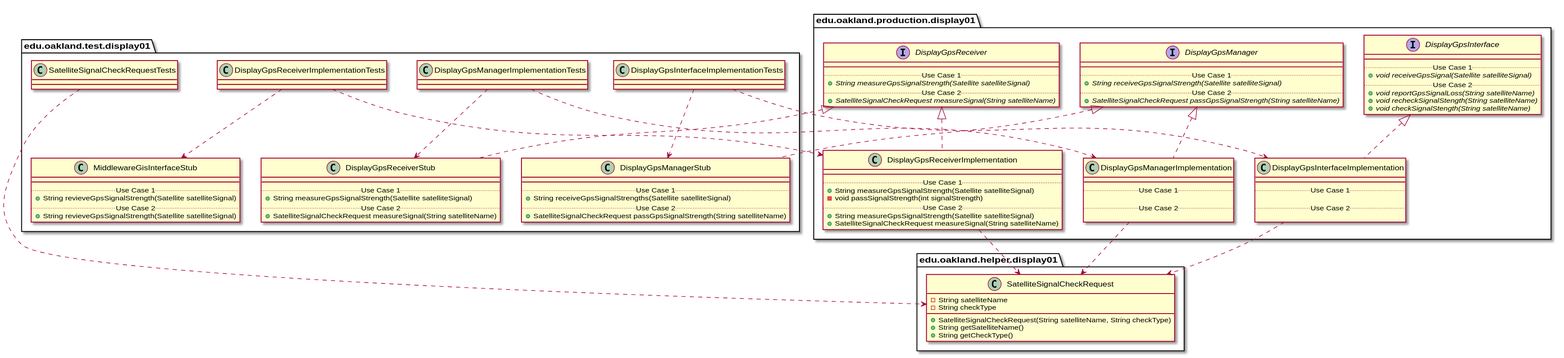
Before: docs/uml-class-diagrams/display01/Display01Packages_InternalDependencies.svg, a diagram exported from PlantUML (andrewdimmer/csi-3370-software-project).
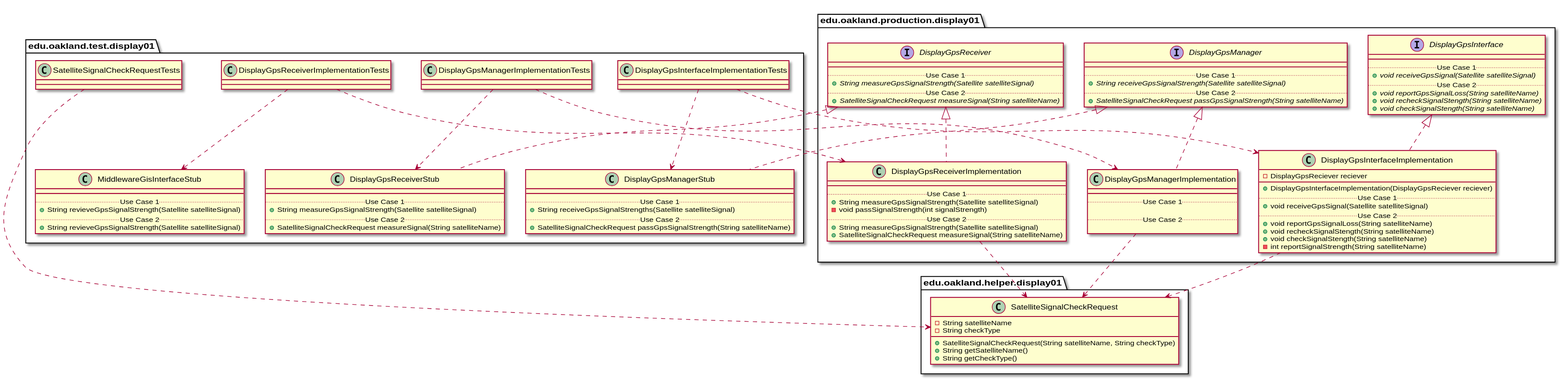
Above is the later version.

Diff of the diagram source:
```diff
@@ -1,177 +1,89 @@
 @startuml Display01Packages_InternalDependencies
 
 
+package edu.oakland.production.display01 {
+
+}
+
+
+package edu.oakland.production.display01 {
+    interface DisplayGpsInterface {
+        __
+        .. Use Case 1 ..
+        {abstract} + void receiveGpsSignal(Satellite satelliteSignal)
+        .. Use Case 2 ..
+        {abstract} + void reportGpsSignalLoss(String satelliteName)
+        {abstract} + void recheckSignalStength(String satelliteName)
+        {abstract} + void checkSignalStength(String satelliteName)
+    }
+}
+
+
+package edu.oakland.production.display01 {
+    interface DisplayGpsManager {
+        __
+        .. Use Case 1 ..
+        {abstract} + String receiveGpsSignalStrength(Satellite satelliteSignal)
+        .. Use Case 2 ..
+        {abstract} + SatelliteSignalCheckRequest passGpsSignalStrength(String satelliteName)
+    }
+}
+
+
+package edu.oakland.production.display01 {
+    interface DisplayGpsReceiver {
+        __
+        .. Use Case 1 ..
+        {abstract} + String measureGpsSignalStrength(Satellite satelliteSignal)
+        .. Use Case 2 ..
+        {abstract} + SatelliteSignalCheckRequest measureSignal(String satelliteName)
+    }
+}
 
 
 
 package edu.oakland.production.display01 {
-
-
-
+    class DisplayGpsInterfaceImplementation {
+        - DisplayGpsReciever reciever
+        __
+        + DisplayGpsInterfaceImplementation(DisplayGpsReciever reciever)
+        .. Use Case 1 ..
+        + void receiveGpsSignal(Satellite satelliteSignal)
+        .. Use Case 2 ..
+        + void reportGpsSignalLoss(String satelliteName)
+        + void recheckSignalStength(String satelliteName)
+        + void checkSignalStength(String satelliteName)
+        - int reportSignalStrength(String satelliteName)
+    }
 }
-
-
-
-
-
-package edu.oakland.production.display01 {
-
-    interface DisplayGpsInterface {
-
-        __
-
-        .. Use Case 1 ..
-
-        {abstract} + void receiveGpsSignal(Satellite satelliteSignal)
-
-        .. Use Case 2 ..
-
-        {abstract} + void reportGpsSignalLoss(String satelliteName)
-
-        {abstract} + void recheckSignalStength(String satelliteName)
-
-        {abstract} + void checkSignalStength(String satelliteName)
-
-    }
-
-}
-
-
-
-
-
-package edu.oakland.production.display01 {
-
-    interface DisplayGpsManager {
-
-        __
-
-        .. Use Case 1 ..
-
-        {abstract} + String receiveGpsSignalStrength(Satellite satelliteSignal)
-
-        .. Use Case 2 ..
-
-        {abstract} + SatelliteSignalCheckRequest passGpsSignalStrength(String satelliteName)
-
-    }
-
-}
-
-
-
-
-
-package edu.oakland.production.display01 {
-
-    interface DisplayGpsReceiver {
-
-        __
-
-        .. Use Case 1 ..
-
-        {abstract} + String measureGpsSignalStrength(Satellite satelliteSignal)
-
-        .. Use Case 2 ..
-
-        {abstract} + SatelliteSignalCheckRequest measureSignal(String satelliteName)
-
-    }
-
-}
-
-
-
-
-
-
-
-package edu.oakland.production.display01 {
-
-    class DisplayGpsInterfaceImplementation {
-
-        - DisplayGpsReciever reciever
-
-        __
-
-        + DisplayGpsInterfaceImplementation(DisplayGpsReciever reciever)
-
-        .. Use Case 1 ..
-
-        + void receiveGpsSignal(Satellite satelliteSignal)
-
-        .. Use Case 2 ..
-
-        + void reportGpsSignalLoss(String satelliteName)
-
-        + void recheckSignalStength(String satelliteName)
-
-        + void checkSignalStength(String satelliteName)
-
-        - int reportSignalStrength(String satelliteName)
-
-    }
-
-}
-
-
-
 
 
 DisplayGpsInterfaceImplementation .up.|> DisplayGpsInterface
 
-
-
 package edu.oakland.production.display01 {
-
     class DisplayGpsManagerImplementation {
-
         __
-
         .. Use Case 1 ..
-
-
 
         .. Use Case 2 ..
 
-
-
     }
-
 }
-
-
-
 
 
 DisplayGpsManagerImplementation .up.|> DisplayGpsManager
 
-
-
 package edu.oakland.production.display01 {
-
     class DisplayGpsReceiverImplementation {
-
         __
-
         .. Use Case 1 ..
-
         + String measureGpsSignalStrength(Satellite satelliteSignal)
-
         - void passSignalStrength(int signalStrength)
-
         .. Use Case 2 ..
-
         + String measureGpsSignalStrength(Satellite satelliteSignal)
-
         + SatelliteSignalCheckRequest measureSignal(String satelliteName)
-
     }
-
 }
-
-
-
 
 
 DisplayGpsReceiverImplementation .up.|> DisplayGpsReceiver
@@ -180,212 +92,105 @@
 
 
 
+package edu.oakland.helper.display01 {
+    class SatelliteSignalCheckRequest {
+        - String satelliteName
+        - String checkType
+        + SatelliteSignalCheckRequest(String satelliteName, String checkType)
+        + String getSatelliteName()
+        + String getCheckType()
+    }
+}
 
+DisplayGpsInterfaceImplementation ..> SatelliteSignalCheckRequest
+DisplayGpsManagerImplementation ..> SatelliteSignalCheckRequest
+DisplayGpsReceiverImplementation ..> SatelliteSignalCheckRequest
 
-
-
-
-
-package edu.oakland.helper.display01 {
-
-    class SatelliteSignalCheckRequest {
-
-        - String satelliteName
-
-        - String checkType
-
-        + SatelliteSignalCheckRequest(String satelliteName, String checkType)
-
-        + String getSatelliteName()
-
-        + String getCheckType()
-
-    }
+package edu.oakland.test.display01 {
 
 }
 
 
+package edu.oakland.test.display01 {
+    class DisplayGpsInterfaceImplementationTests {
 
-DisplayGpsInterfaceImplementation ..> SatelliteSignalCheckRequest
-
-DisplayGpsManagerImplementation ..> SatelliteSignalCheckRequest
-
-DisplayGpsReceiverImplementation ..> SatelliteSignalCheckRequest
+    }
+}
 
 
 
 package edu.oakland.test.display01 {
+    class DisplayGpsManagerStub {
+        __
+        .. Use Case 1 ..
+        + String receiveGpsSignalStrengths(Satellite satelliteSignal)
+        .. Use Case 2 ..
+        + SatelliteSignalCheckRequest passGpsSignalStrength(String satelliteName)
+    }
+}
+
+DisplayGpsInterfaceImplementationTests ..> DisplayGpsManagerStub
+
+package edu.oakland.test.display01 {
+    class DisplayGpsManagerImplementationTests {
+
+    }
+}
 
 
+
+package edu.oakland.test.display01 {
+    class DisplayGpsReceiverStub {
+        __
+        .. Use Case 1 ..
+        + String measureGpsSignalStrength(Satellite satelliteSignal)
+        .. Use Case 2 ..
+        + SatelliteSignalCheckRequest measureSignal(String satelliteName)
+    }
+}
+
+DisplayGpsManagerImplementationTests ..> DisplayGpsReceiverStub
+
+package edu.oakland.test.display01 {
+    class DisplayGpsReceiverImplementationTests {
+
+    }
+}
+
+
+
+package edu.oakland.test.display01 {
+    class MiddlewareGisInterfaceStub {
+        __
+        .. Use Case 1 ..
+        + String revieveGpsSignalStrength(Satellite satelliteSignal)
+        .. Use Case 2 ..
+        + String revieveGpsSignalStrength(Satellite satelliteSignal)
+    }
+}
+
+DisplayGpsReceiverImplementationTests ..> MiddlewareGisInterfaceStub
+
+package edu.oakland.test.display01 {
+    class SatelliteSignalCheckRequestTests {
+
+    }
+}
+
+
+DisplayGpsInterfaceImplementationTests ..> DisplayGpsInterfaceImplementation
+DisplayGpsManagerImplementationTests ..> DisplayGpsManagerImplementation
+DisplayGpsReceiverImplementationTests ..> DisplayGpsReceiverImplementation
+SatelliteSignalCheckRequestTests ..> SatelliteSignalCheckRequest
+DisplayGpsManagerStub .up.|> DisplayGpsManager
+DisplayGpsReceiverStub .up.|> DisplayGpsReceiver
+
+
+package edu.oakland.helper.display01 {
 
 }
 
 
 
 
-
-package edu.oakland.test.display01 {
-
-    class DisplayGpsInterfaceImplementationTests {
-
-
-
-    }
-
-}
-
-
-
-
-
-
-
-package edu.oakland.test.display01 {
-
-    class DisplayGpsManagerStub {
-
-        __
-
-        .. Use Case 1 ..
-
-        + String receiveGpsSignalStrengths(Satellite satelliteSignal)
-
-        .. Use Case 2 ..
-
-        + SatelliteSignalCheckRequest passGpsSignalStrength(String satelliteName)
-
-    }
-
-}
-
-
-
-DisplayGpsInterfaceImplementationTests ..> DisplayGpsManagerStub
-
-
-
-package edu.oakland.test.display01 {
-
-    class DisplayGpsManagerImplementationTests {
-
-
-
-    }
-
-}
-
-
-
-
-
-
-
-package edu.oakland.test.display01 {
-
-    class DisplayGpsReceiverStub {
-
-        __
-
-        .. Use Case 1 ..
-
-        + String measureGpsSignalStrength(Satellite satelliteSignal)
-
-        .. Use Case 2 ..
-
-        + SatelliteSignalCheckRequest measureSignal(String satelliteName)
-
-    }
-
-}
-
-
-
-DisplayGpsManagerImplementationTests ..> DisplayGpsReceiverStub
-
-
-
-package edu.oakland.test.display01 {
-
-    class DisplayGpsReceiverImplementationTests {
-
-
-
-    }
-
-}
-
-
-
-
-
-
-
-package edu.oakland.test.display01 {
-
-    class MiddlewareGisInterfaceStub {
-
-        __
-
-        .. Use Case 1 ..
-
-        + String revieveGpsSignalStrength(Satellite satelliteSignal)
-
-        .. Use Case 2 ..
-
-        + String revieveGpsSignalStrength(Satellite satelliteSignal)
-
-    }
-
-}
-
-
-
-DisplayGpsReceiverImplementationTests ..> MiddlewareGisInterfaceStub
-
-
-
-package edu.oakland.test.display01 {
-
-    class SatelliteSignalCheckRequestTests {
-
-
-
-    }
-
-}
-
-
-
-
-
-DisplayGpsInterfaceImplementationTests ..> DisplayGpsInterfaceImplementation
-
-DisplayGpsManagerImplementationTests ..> DisplayGpsManagerImplementation
-
-DisplayGpsReceiverImplementationTests ..> DisplayGpsReceiverImplementation
-
-SatelliteSignalCheckRequestTests ..> SatelliteSignalCheckRequest
-
-DisplayGpsManagerStub .up.|> DisplayGpsManager
-
-DisplayGpsReceiverStub .up.|> DisplayGpsReceiver
-
-
-
-
-
-package edu.oakland.helper.display01 {
-
-
-
-}
-
-
-
-
-
-
-
-
-
 @enduml
```
